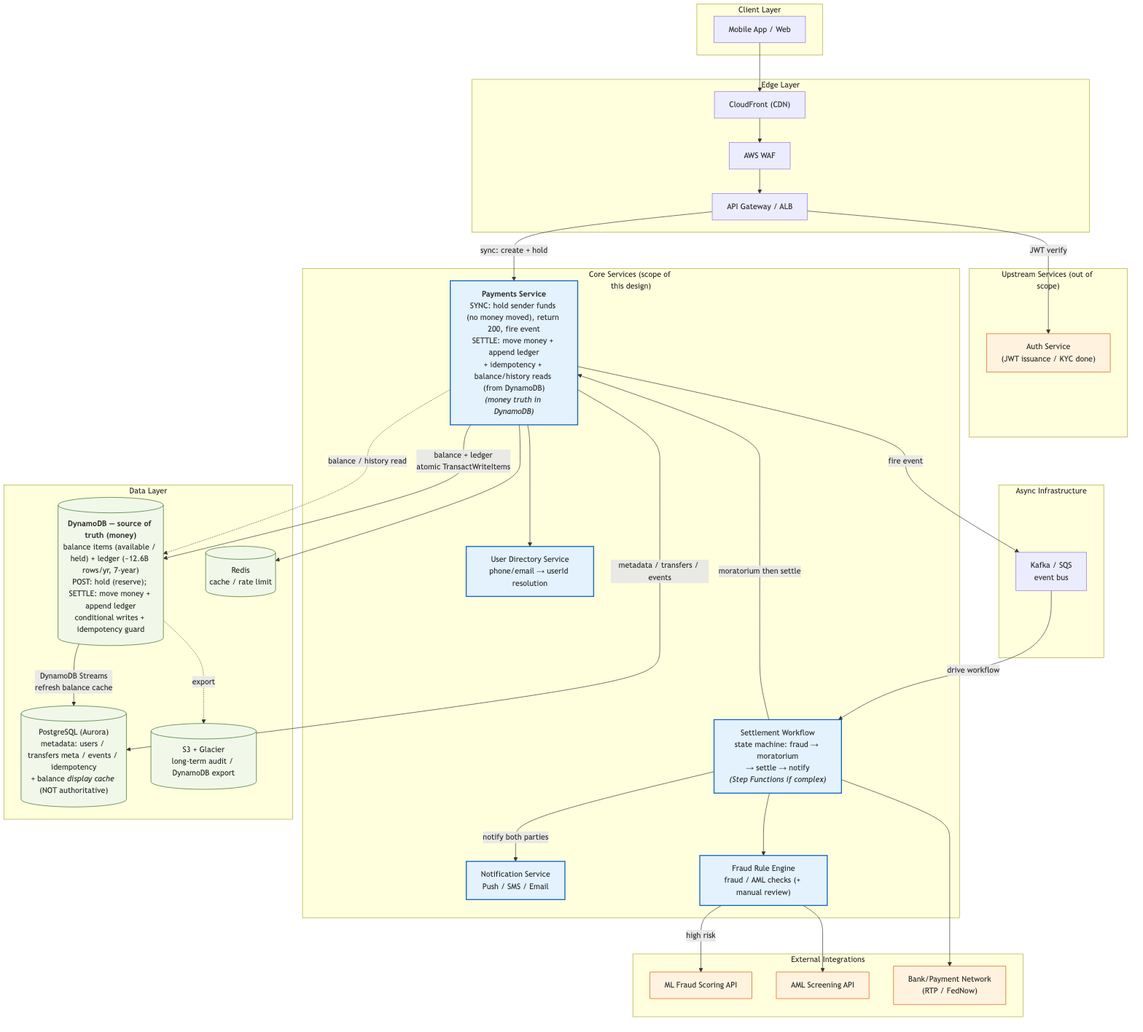
masayukitanaka/system-designs keeps this Mermaid diagram as 1-p2p-transaction/architecture-overview.png. Above is the earlier version. Its source is kept beside it as 1-p2p-transaction/diagrams/architecture-overview.mmd.
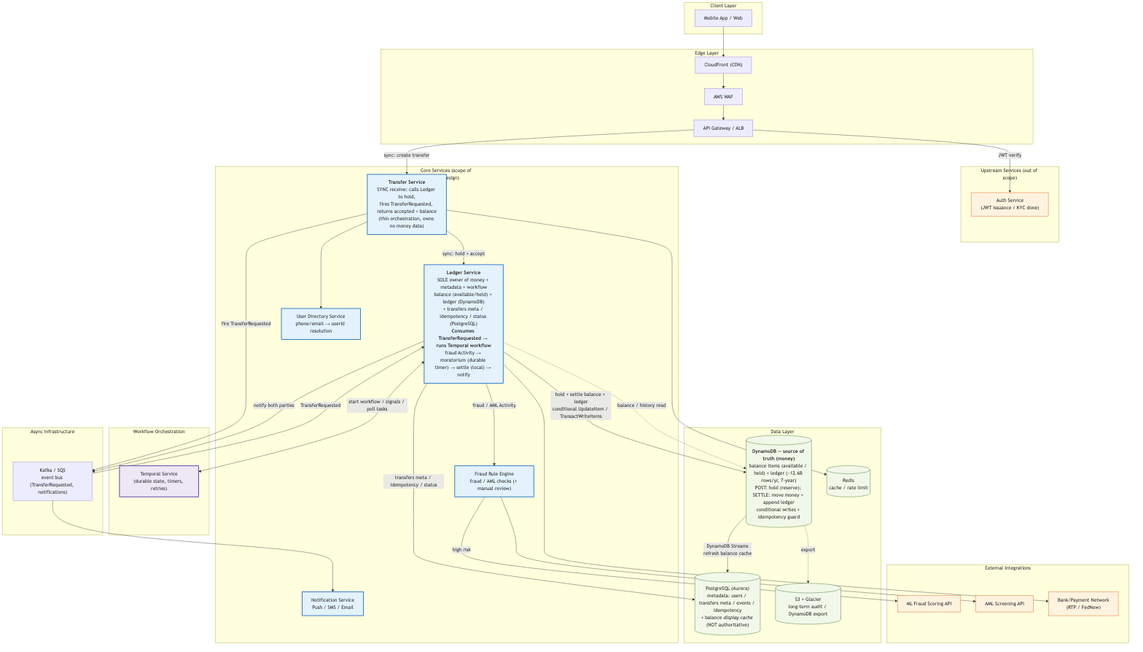
Later version of the same file.

The edit, as a diff of the source:
```diff
@@ -14,15 +14,19 @@
     end
 
     subgraph Core["コアサービス (本設計のスコープ)"]
-        PAYMENTS["<b>Payments Service</b><br/>同期: 送金者をhold (お金は動かさない), 200返却, イベント発火<br/>決済: お金を動かす + 台帳追記<br/>+ 冪等性 + 残高/履歴の読取 (DynamoDBから)<br/><i>(金額の真実はDynamoDB)</i>"]
-        WF["Settlement Workflow<br/>ステートマシン: fraud → モラトリアム<br/>→ 振込確定 → 通知<br/><i>(複雑なら Step Functions)</i>"]
+        TRANSFER["<b>Transfer Service</b><br/>同期受付: Ledgerをコールしてhold,<br/>TransferRequested発火, 受付完了+残高を返却<br/>(薄いオーケストレーション, 金額データを持たない)"]
+        LEDGER["<b>Ledger Service</b><br/>金額+メタ+ワークフローの唯一の所有者<br/>残高(available/held)+台帳(DynamoDB)<br/>+ transfersメタ/冪等性/status(PostgreSQL)<br/><b>TransferRequested を消費 → Temporalワークフロー実行</b><br/>fraud Activity → モラトリアム(durable timer) → 決済(内部) → 通知"]
         USER["User Directory Service<br/>電話/Email → userId 解決"]
         NOTIFY["Notification Service<br/>Push / SMS / Email"]
         FRAUD["Fraud Rule Engine<br/>fraud / AML チェック (+ 人手承認)"]
     end
 
+    subgraph Orch["ワークフロー オーケストレーション"]
+        TSERVER["Temporal Service<br/>(状態・タイマー・リトライを永続管理)"]
+    end
+
     subgraph Async["非同期基盤"]
-        MQ["Kafka / SQS<br/>イベントバス"]
+        MQ["Kafka / SQS<br/>イベントバス (TransferRequested, 通知)"]
     end
 
     subgraph Data["データ層"]
@@ -40,20 +44,23 @@
 
     MOBILE --> CDN --> WAF --> APIGW
     APIGW -->|JWT検証| AUTH
-    APIGW -->|同期: 作成 + hold| PAYMENTS
+    APIGW -->|同期: 送金作成| TRANSFER
 
-    PAYMENTS --> USER
-    PAYMENTS --> CACHE
-    PAYMENTS -->|残高 + 台帳<br/>原子的 TransactWriteItems| DDB
-    PAYMENTS -.残高 / 履歴 読取.-> DDB
-    PAYMENTS -->|メタデータ / transfers / events| LEDGERDB
-    PAYMENTS -->|イベント発火| MQ
+    TRANSFER --> USER
+    TRANSFER --> CACHE
+    TRANSFER -->|同期: hold + 受付| LEDGER
+    TRANSFER -->|TransferRequested 発火| MQ
 
-    MQ -->|ワークフロー駆動| WF
-    WF --> FRAUD
-    WF -->|モラトリアム後に振込確定| PAYMENTS
-    WF --> BANK
-    WF -->|両者へ通知| NOTIFY
+    LEDGER -->|hold + 決済 残高 + 台帳<br/>条件付き UpdateItem / TransactWriteItems| DDB
+    LEDGER -.残高 / 履歴 読取.-> DDB
+    LEDGER -->|transfersメタ / 冪等性 / status| LEDGERDB
+
+    MQ -->|TransferRequested| LEDGER
+    LEDGER <-->|ワークフロー起動 / signal / タスクpoll| TSERVER
+    LEDGER -->|fraud / AML Activity| FRAUD
+    LEDGER --> BANK
+    LEDGER -->|両者へ通知| MQ
+    MQ --> NOTIFY
 
     FRAUD -->|高リスク時| ML
     FRAUD --> AML
@@ -64,6 +71,8 @@
     classDef scope fill:#e3f2fd,stroke:#1565c0,stroke-width:2px;
     classDef ext fill:#fff3e0,stroke:#e65100,stroke-width:1px;
     classDef data fill:#f1f8e9,stroke:#33691e,stroke-width:1px;
-    class PAYMENTS,WF,USER,NOTIFY,FRAUD scope;
+    classDef orch fill:#ede7f6,stroke:#4527a0,stroke-width:2px;
+    class TRANSFER,LEDGER,USER,NOTIFY,FRAUD scope;
     class ML,AML,BANK,AUTH ext;
     class DDB,LEDGERDB,CACHE,ARCHIVE data;
+    class TSERVER orch;
```
